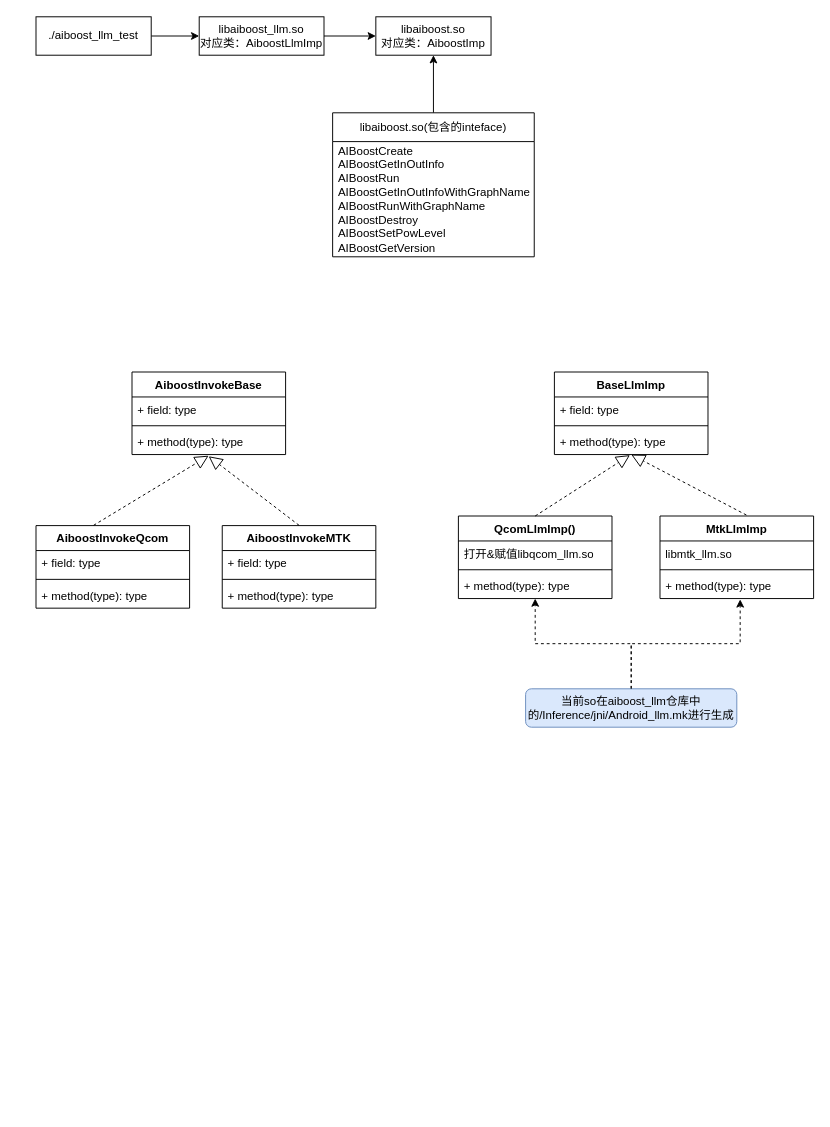
The draw.io diagram LLM/Aiboost.drawio in mailonghua/drawio, before the edit. Source tidied: cells renumbered, new cells numbered last; positions are measured from the earlier drawing's top-left corner, leaving out a move shared by most shapes. Both pictures are drawn from the tidied source at 96%, with x=0, y=0 at pixel (36, 16).
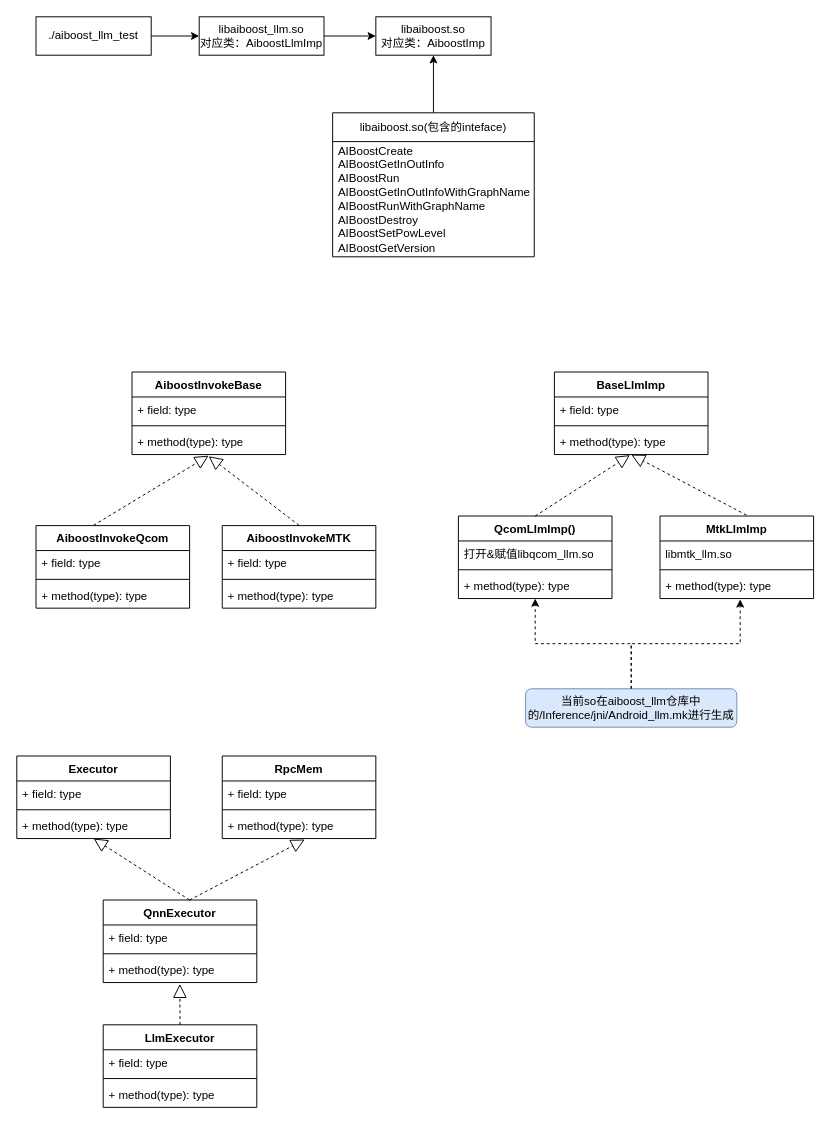
After the change.

The edit, as a diff of the source:
```diff
@@
+    <mxCell id="41" value="LlmExecutor" style="swimlane;fontStyle=1;align=center;verticalAlign=top;horizontal=1;startSize=26;whiteSpace=wrap;html=1;" parent="1" vertex="1">
+      <mxGeometry x="70" y="1050" width="160" height="86" as="geometry" />
+    </mxCell>
+    <mxCell id="42" value="+ field: type" style="text;strokeColor=none;fillColor=none;align=left;verticalAlign=top;spacingLeft=4;spacingRight=4;overflow=hidden;whiteSpace=wrap;html=1;" parent="41" vertex="1">
+      <mxGeometry y="26" width="160" height="26" as="geometry" />
+    </mxCell>
+    <mxCell id="43" style="line;strokeWidth=1;fillColor=none;align=left;verticalAlign=middle;spacingTop=-1;spacingLeft=3;spacingRight=3;labelPosition=right;strokeColor=inherit;" parent="41" vertex="1">
+      <mxGeometry y="52" width="160" height="8" as="geometry" />
+    </mxCell>
+    <mxCell id="44" value="+ method(type): type" style="text;strokeColor=none;fillColor=none;align=left;verticalAlign=top;spacingLeft=4;spacingRight=4;overflow=hidden;whiteSpace=wrap;html=1;" parent="41" vertex="1">
+      <mxGeometry y="60" width="160" height="26" as="geometry" />
+    </mxCell>
+    <mxCell id="45" value="QnnExecutor" style="swimlane;fontStyle=1;align=center;verticalAlign=top;horizontal=1;startSize=26;whiteSpace=wrap;html=1;" parent="1" vertex="1">
+      <mxGeometry x="70" y="920" width="160" height="86" as="geometry" />
+    </mxCell>
+    <mxCell id="46" value="+ field: type" style="text;strokeColor=none;fillColor=none;align=left;verticalAlign=top;spacingLeft=4;spacingRight=4;overflow=hidden;whiteSpace=wrap;html=1;" parent="45" vertex="1">
+      <mxGeometry y="26" width="160" height="26" as="geometry" />
+    </mxCell>
+    <mxCell id="47" style="line;strokeWidth=1;fillColor=none;align=left;verticalAlign=middle;spacingTop=-1;spacingLeft=3;spacingRight=3;labelPosition=right;strokeColor=inherit;" parent="45" vertex="1">
+      <mxGeometry y="52" width="160" height="8" as="geometry" />
+    </mxCell>
+    <mxCell id="48" value="+ method(type): type" style="text;strokeColor=none;fillColor=none;align=left;verticalAlign=top;spacingLeft=4;spacingRight=4;overflow=hidden;points=[[0,0.5],[1,0.5]];portConstraint=eastwest;whiteSpace=wrap;html=1;" parent="45" vertex="1">
+      <mxGeometry y="60" width="160" height="26" as="geometry" />
+    </mxCell>
+    <mxCell id="49" value="Executor" style="swimlane;fontStyle=1;align=center;verticalAlign=top;horizontal=1;startSize=26;whiteSpace=wrap;html=1;" parent="1" vertex="1">
+      <mxGeometry x="-20" y="770" width="160" height="86" as="geometry" />
+    </mxCell>
+    <mxCell id="50" value="+ field: type" style="text;strokeColor=none;fillColor=none;align=left;verticalAlign=top;spacingLeft=4;spacingRight=4;overflow=hidden;whiteSpace=wrap;html=1;" parent="49" vertex="1">
+      <mxGeometry y="26" width="160" height="26" as="geometry" />
+    </mxCell>
+    <mxCell id="51" style="line;strokeWidth=1;fillColor=none;align=left;verticalAlign=middle;spacingTop=-1;spacingLeft=3;spacingRight=3;labelPosition=right;strokeColor=inherit;" parent="49" vertex="1">
+      <mxGeometry y="52" width="160" height="8" as="geometry" />
+    </mxCell>
+    <mxCell id="52" value="+ method(type): type" style="text;strokeColor=none;fillColor=none;align=left;verticalAlign=top;spacingLeft=4;spacingRight=4;overflow=hidden;whiteSpace=wrap;html=1;" parent="49" vertex="1">
+      <mxGeometry y="60" width="160" height="26" as="geometry" />
+    </mxCell>
+    <mxCell id="53" value="RpcMem" style="swimlane;fontStyle=1;align=center;verticalAlign=top;horizontal=1;startSize=26;whiteSpace=wrap;html=1;" parent="1" vertex="1">
+      <mxGeometry x="194" y="770" width="160" height="86" as="geometry" />
+    </mxCell>
+    <mxCell id="54" value="+ field: type" style="text;strokeColor=none;fillColor=none;align=left;verticalAlign=top;spacingLeft=4;spacingRight=4;overflow=hidden;whiteSpace=wrap;html=1;" parent="53" vertex="1">
+      <mxGeometry y="26" width="160" height="26" as="geometry" />
+    </mxCell>
+    <mxCell id="55" style="line;strokeWidth=1;fillColor=none;align=left;verticalAlign=middle;spacingTop=-1;spacingLeft=3;spacingRight=3;labelPosition=right;strokeColor=inherit;" parent="53" vertex="1">
+      <mxGeometry y="52" width="160" height="8" as="geometry" />
+    </mxCell>
+    <mxCell id="56" value="+ method(type): type" style="text;strokeColor=none;fillColor=none;align=left;verticalAlign=top;spacingLeft=4;spacingRight=4;overflow=hidden;whiteSpace=wrap;html=1;" parent="53" vertex="1">
+      <mxGeometry y="60" width="160" height="26" as="geometry" />
+    </mxCell>
+    <mxCell id="57" style="endArrow=block;dashed=1;endFill=0;endSize=12;html=1;rounded=0;entryX=0.5;entryY=1;entryDx=0;entryDy=0;" parent="1" edge="1" target="49">
+      <mxGeometry relative="1" as="geometry">
+        <mxPoint x="160" y="920" as="sourcePoint" />
+      </mxGeometry>
+    </mxCell>
+    <mxCell id="58" style="endArrow=block;dashed=1;endFill=0;endSize=12;html=1;rounded=0;" parent="1" edge="1">
+      <mxGeometry relative="1" as="geometry">
+        <mxPoint x="160" y="920" as="sourcePoint" />
+        <mxPoint x="280" y="857" as="targetPoint" />
+      </mxGeometry>
+    </mxCell>
+    <mxCell id="59" style="endArrow=block;dashed=1;endFill=0;endSize=12;html=1;rounded=0;entryX=0.499;entryY=1.056;entryDx=0;entryDy=0;entryPerimeter=0;" parent="1" edge="1" target="48">
+      <mxGeometry relative="1" as="geometry">
+        <mxPoint x="150" y="1050" as="sourcePoint" />
+      </mxGeometry>
+    </mxCell>
```
